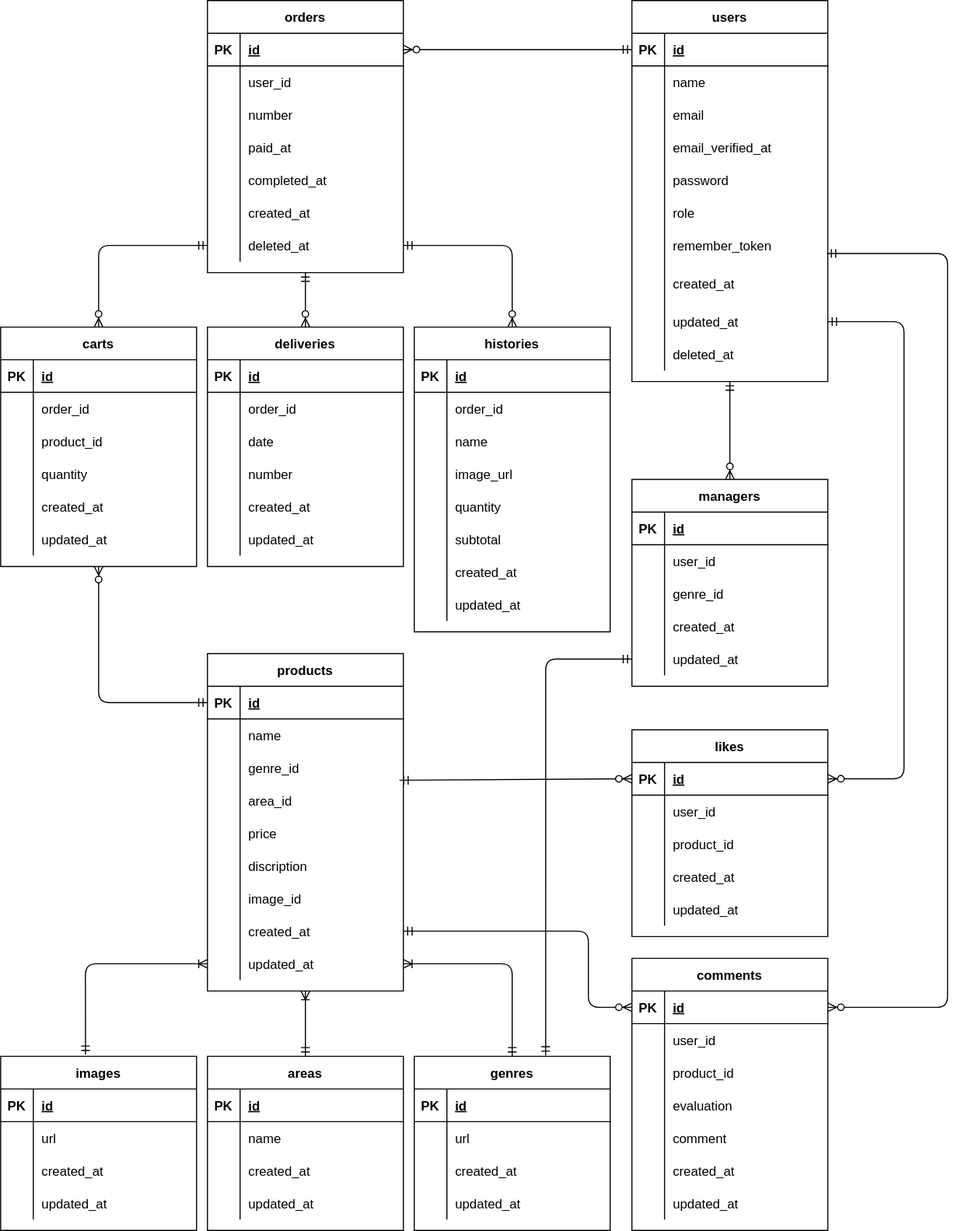
Earlier version of the draw.io export market.drawio.svg (i-system-yaa999/online_supermarket). Source tidied: cells renumbered, new cells last; positions are measured from the earlier drawing's top-left corner, leaving out a move shared by most shapes.
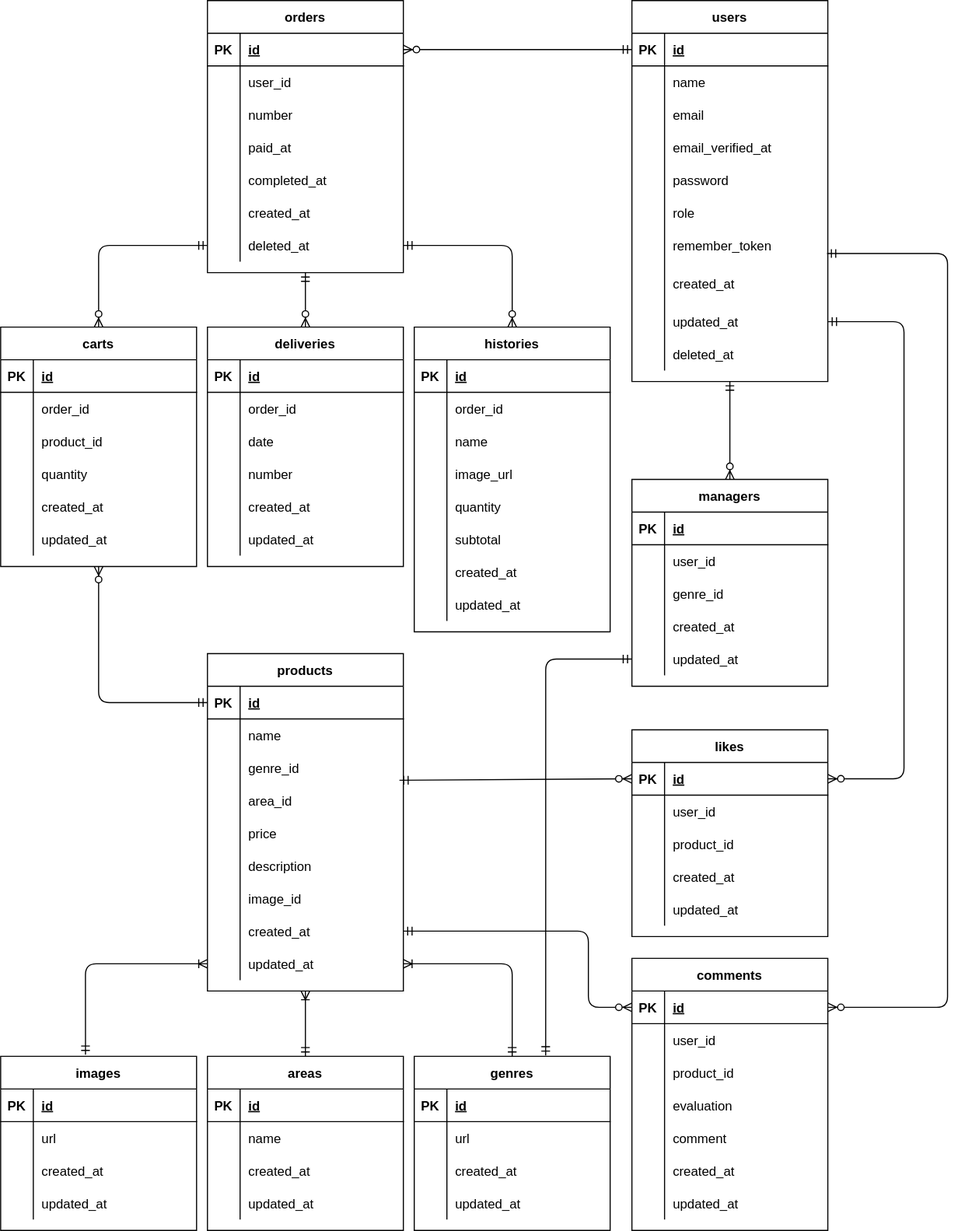
After the commit.

Diff of the diagram source:
```diff
@@ -56,7 +56,7 @@
     <mxCell id="19" style="shape=partialRectangle;fillColor=none;top=0;left=0;bottom=0;right=0;overflow=hidden;" parent="18" vertex="1">
       <mxGeometry width="30" height="30" as="geometry" />
     </mxCell>
-    <mxCell id="20" value="discription" style="shape=partialRectangle;fillColor=none;top=0;left=0;bottom=0;right=0;align=left;spacingLeft=6;overflow=hidden;" parent="18" vertex="1">
+    <mxCell id="20" value="description" style="shape=partialRectangle;fillColor=none;top=0;left=0;bottom=0;right=0;align=left;spacingLeft=6;overflow=hidden;" parent="18" vertex="1">
       <mxGeometry x="30" width="150" height="30" as="geometry" />
     </mxCell>
     <mxCell id="21" style="shape=partialRectangle;fillColor=none;top=0;left=0;bottom=0;right=0;" parent="2" vertex="1">
```
